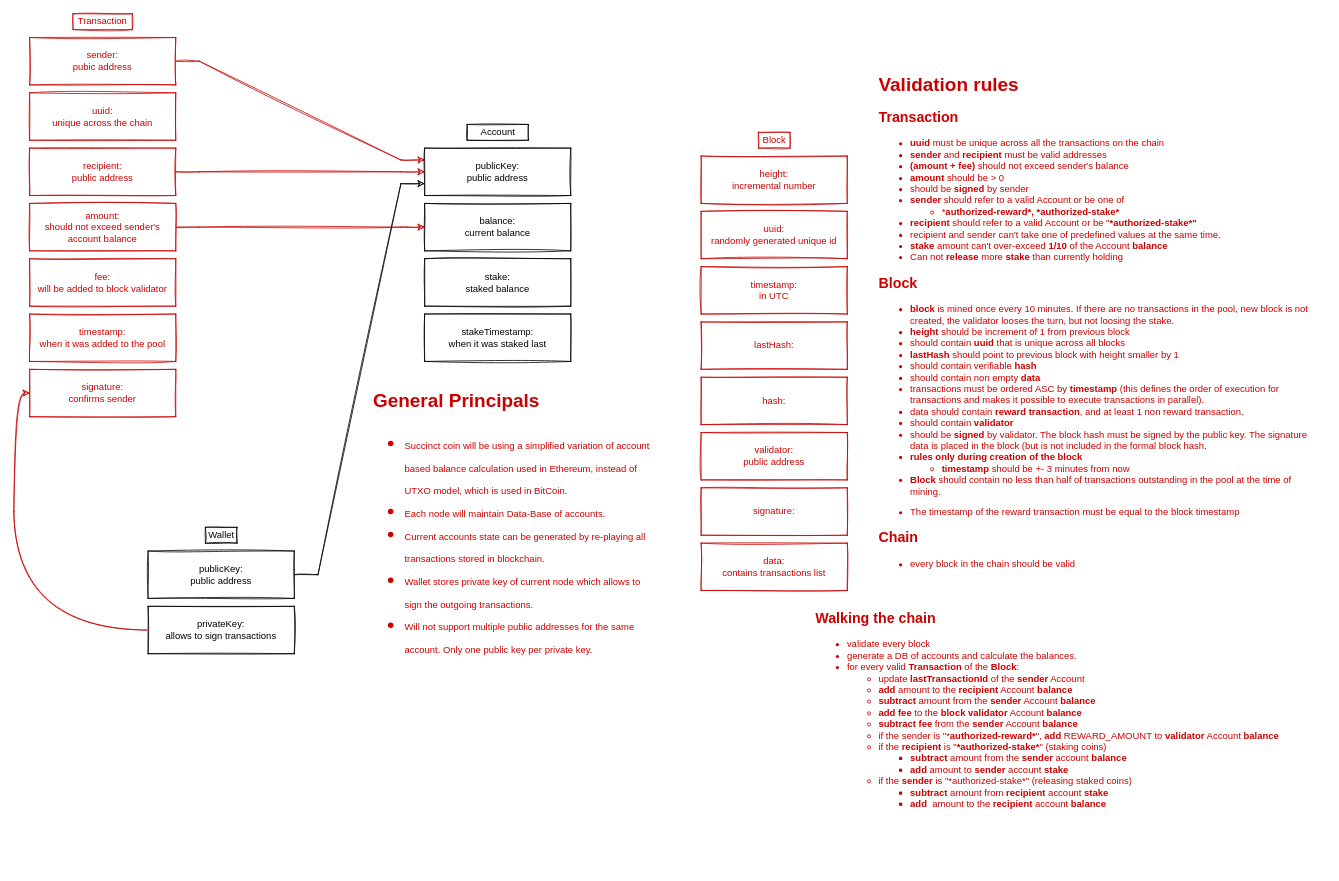
The draw.io diagram docs/Transaction Structure Diagram.drawio in echowaves/succinctcoin, before the edit. Source tidied: cells renumbered, new cells numbered last; positions are measured from the earlier drawing's top-left corner, leaving out a move shared by most shapes. Both pictures are drawn from the tidied source at 79%, with x=0, y=0 at pixel (29, 13).
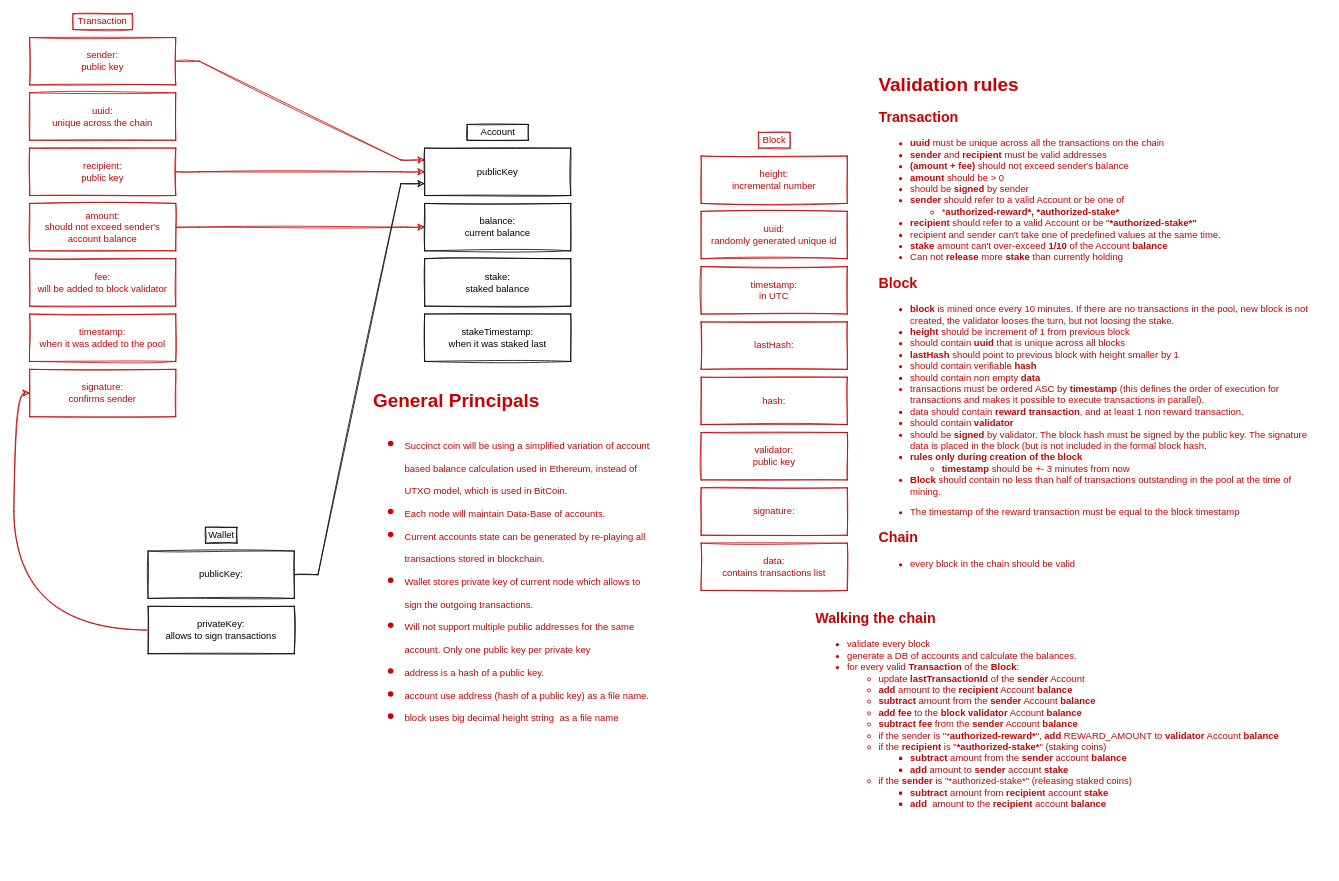
The same diagram, later.

Diff of the diagram source:
```diff
@@
-    <mxCell id="3" value="sender:&lt;br&gt;pubic address" style="rounded=0;whiteSpace=wrap;html=1;sketch=1;strokeColor=#CC0000;fontColor=#CC0000;" parent="1" vertex="1">
+    <mxCell id="3" value="sender:&lt;br&gt;public key" style="rounded=0;whiteSpace=wrap;html=1;sketch=1;strokeColor=#CC0000;fontColor=#CC0000;" parent="1" vertex="1">
       <mxGeometry y="30" width="185" height="60" as="geometry" />
     </mxCell>
@@
-    <mxCell id="5" value="recipient:&lt;br&gt;public address" style="rounded=0;whiteSpace=wrap;html=1;sketch=1;strokeColor=#CC0000;fontColor=#CC0000;" parent="1" vertex="1">
+    <mxCell id="5" value="recipient:&lt;br&gt;public key" style="rounded=0;whiteSpace=wrap;html=1;sketch=1;strokeColor=#CC0000;fontColor=#CC0000;" parent="1" vertex="1">
       <mxGeometry y="170" width="185" height="60" as="geometry" />
     </mxCell>
@@
-    <mxCell id="11" value="publicKey:&lt;br&gt;public address" style="rounded=0;whiteSpace=wrap;html=1;sketch=1;" parent="1" vertex="1">
+    <mxCell id="11" value="publicKey&lt;br&gt;" style="rounded=0;whiteSpace=wrap;html=1;sketch=1;" parent="1" vertex="1">
       <mxGeometry x="500" y="170" width="185" height="60" as="geometry" />
     </mxCell>
@@
-    <mxCell id="15" value="publicKey:&lt;br&gt;public address" style="rounded=0;whiteSpace=wrap;html=1;sketch=1;" parent="1" vertex="1">
+    <mxCell id="15" value="publicKey:&lt;br&gt;" style="rounded=0;whiteSpace=wrap;html=1;sketch=1;" parent="1" vertex="1">
       <mxGeometry x="150" y="680" width="185" height="60" as="geometry" />
     </mxCell>
@@
-    <mxCell id="18" value="&lt;h1&gt;&lt;span&gt;General Principals&lt;/span&gt;&lt;/h1&gt;&lt;h1&gt;&lt;ul&gt;&lt;li&gt;&lt;span style=&quot;font-size: 12px ; font-weight: 400&quot;&gt;Succinct coin will be using a simplified variation of account based balance calculation used in Ethereum, instead of UTXO model, which is used in BitCoin.&lt;/span&gt;&lt;/li&gt;&lt;li&gt;&lt;span style=&quot;font-size: 12px ; font-weight: 400&quot;&gt;Each node will maintain Data-Base of accounts.&lt;/span&gt;&lt;br&gt;&lt;/li&gt;&lt;li&gt;&lt;span style=&quot;font-size: 12px ; font-weight: 400&quot;&gt;Current accounts state can be generated by re-playing all transactions stored in blockchain.&lt;/span&gt;&lt;/li&gt;&lt;li&gt;&lt;span style=&quot;font-size: 12px ; font-weight: 400&quot;&gt;Wallet stores private key of current node which allows to sign the outgoing transactions.&lt;/span&gt;&lt;/li&gt;&lt;li&gt;&lt;span style=&quot;font-size: 12px ; font-weight: 400&quot;&gt;Will not support multiple public addresses for the same account. Only one public key per private key.&lt;/span&gt;&lt;/li&gt;&lt;/ul&gt;&lt;/h1&gt;" style="text;html=1;fillColor=none;spacing=5;spacingTop=-20;whiteSpace=wrap;overflow=hidden;rounded=0;sketch=1;fontColor=#CC0000;" parent="1" vertex="1">
+    <mxCell id="18" value="&lt;h1&gt;&lt;span&gt;General Principals&lt;/span&gt;&lt;/h1&gt;&lt;h1&gt;&lt;ul&gt;&lt;li&gt;&lt;span style=&quot;font-size: 12px ; font-weight: 400&quot;&gt;Succinct coin will be using a simplified variation of account based balance calculation used in Ethereum, instead of UTXO model, which is used in BitCoin.&lt;/span&gt;&lt;/li&gt;&lt;li&gt;&lt;span style=&quot;font-size: 12px ; font-weight: 400&quot;&gt;Each node will maintain Data-Base of accounts.&lt;/span&gt;&lt;br&gt;&lt;/li&gt;&lt;li&gt;&lt;span style=&quot;font-size: 12px ; font-weight: 400&quot;&gt;Current accounts state can be generated by re-playing all transactions stored in blockchain.&lt;/span&gt;&lt;/li&gt;&lt;li&gt;&lt;span style=&quot;font-size: 12px ; font-weight: 400&quot;&gt;Wallet stores private key of current node which allows to sign the outgoing transactions.&lt;/span&gt;&lt;/li&gt;&lt;li&gt;&lt;span style=&quot;font-size: 12px ; font-weight: 400&quot;&gt;Will not support multiple public addresses for the same account. Only one public key per private key&lt;/span&gt;&lt;/li&gt;&lt;li&gt;&lt;span style=&quot;font-size: 12px ; font-weight: 400&quot;&gt;address is a hash of a public key.&lt;/span&gt;&lt;/li&gt;&lt;li&gt;&lt;span style=&quot;font-size: 12px ; font-weight: 400&quot;&gt;account use address (hash of a public key) as a file name.&lt;/span&gt;&lt;/li&gt;&lt;li&gt;&lt;span style=&quot;font-size: 12px ; font-weight: 400&quot;&gt;block uses big decimal height string&amp;nbsp; as a file name&amp;nbsp;&lt;/span&gt;&lt;/li&gt;&lt;/ul&gt;&lt;/h1&gt;" style="text;html=1;fillColor=none;spacing=5;spacingTop=-20;whiteSpace=wrap;overflow=hidden;rounded=0;sketch=1;fontColor=#CC0000;" parent="1" vertex="1">
       <mxGeometry x="430" y="470" width="360" height="550" as="geometry" />
     </mxCell>
@@
-    <mxCell id="27" value="validator:&lt;br&gt;public address" style="rounded=0;whiteSpace=wrap;html=1;sketch=1;strokeColor=#CC0000;fontColor=#CC0000;" parent="1" vertex="1">
+    <mxCell id="27" value="validator:&lt;br&gt;public key" style="rounded=0;whiteSpace=wrap;html=1;sketch=1;strokeColor=#CC0000;fontColor=#CC0000;" parent="1" vertex="1">
       <mxGeometry x="850" y="530" width="185" height="60" as="geometry" />
     </mxCell>
```
